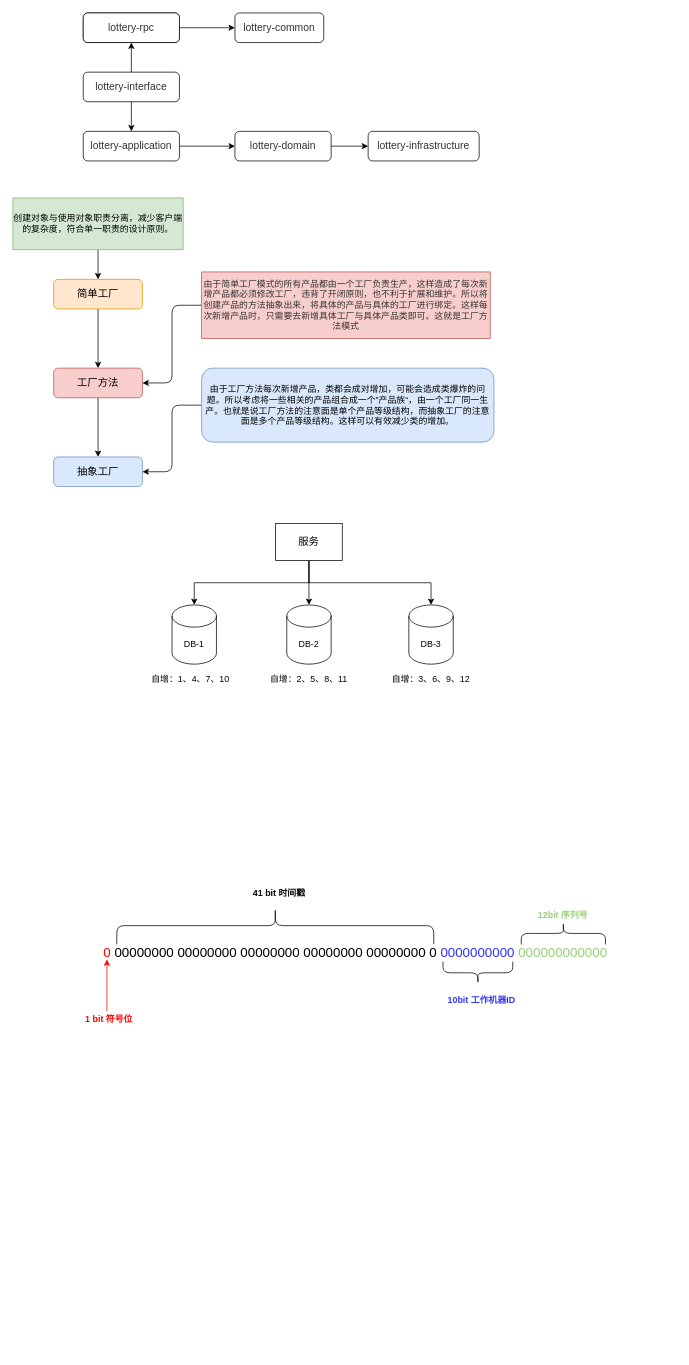
This is docs/笔记/项目笔记/Lottery/流程图/杂项.drawio from HappyBinbin/HappyBinbin.github.io, a draw.io file, before an edit. Source tidied: cells renumbered, new cells numbered last; positions are measured from the earlier drawing's top-left corner, leaving out a move shared by most shapes. Both pictures are drawn from the tidied source at 74%, with x=0, y=0 at pixel (13, 13).
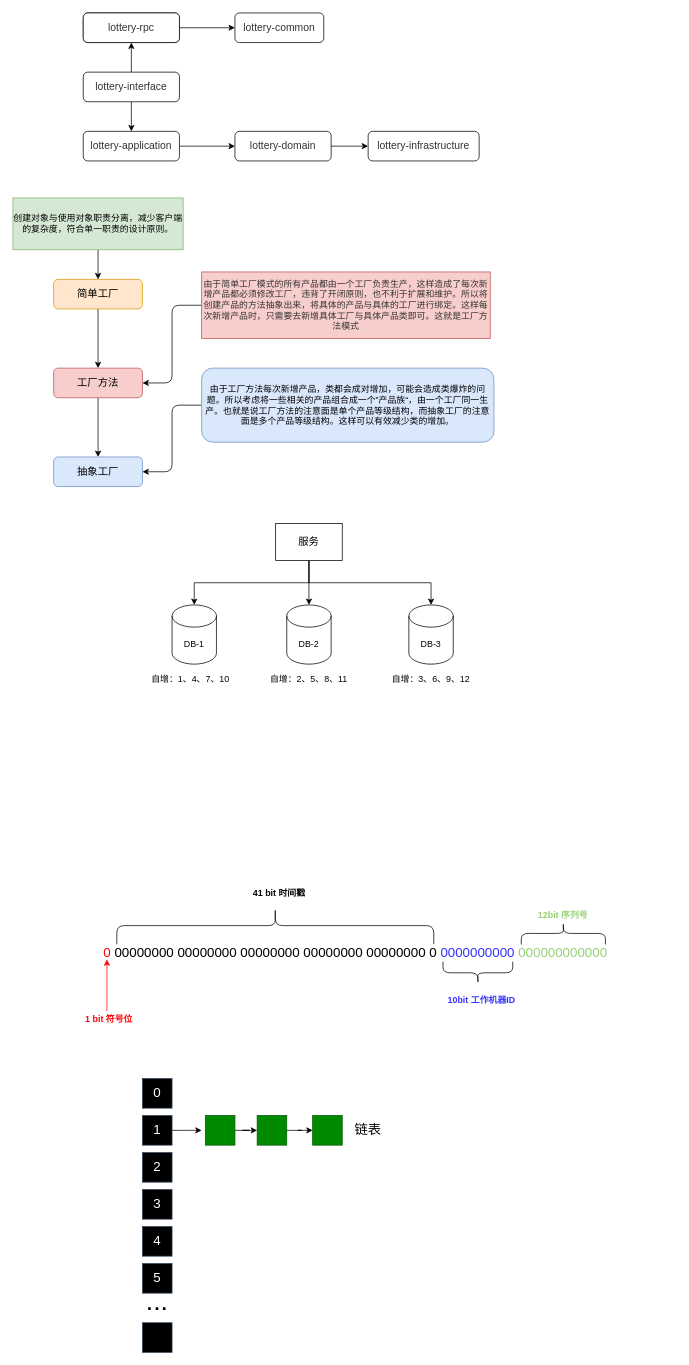
Above is the later version.

Diff of the diagram source:
```diff
@@
+    <mxCell id="45" style="edgeStyle=orthogonalEdgeStyle;rounded=0;jettySize=auto;html=1;" parent="1" edge="1" source="46">
+      <mxGeometry relative="1" as="geometry">
+        <mxPoint x="255" y="1510" as="targetPoint" />
+      </mxGeometry>
+    </mxCell>
+    <mxCell id="46" value="&lt;font style=&quot;font-size: 18px&quot;&gt;1&lt;/font&gt;" style="rounded=0;whiteSpace=wrap;html=1;strokeColor=#314354;fontColor=#ffffff;fillColor=#000000;" parent="1" vertex="1">
+      <mxGeometry x="175" y="1490" width="40" height="40" as="geometry" />
+    </mxCell>
+    <mxCell id="47" value="&lt;font style=&quot;font-size: 18px&quot;&gt;0&lt;/font&gt;" style="rounded=0;whiteSpace=wrap;html=1;strokeColor=#314354;fontColor=#ffffff;fillColor=#000000;" parent="1" vertex="1">
+      <mxGeometry x="175" y="1440" width="40" height="40" as="geometry" />
+    </mxCell>
+    <mxCell id="48" value="&lt;font style=&quot;font-size: 18px&quot;&gt;2&lt;/font&gt;" style="rounded=0;whiteSpace=wrap;html=1;strokeColor=#314354;fontColor=#ffffff;fillColor=#000000;" parent="1" vertex="1">
+      <mxGeometry x="175" y="1540" width="40" height="40" as="geometry" />
+    </mxCell>
+    <mxCell id="49" value="&lt;font style=&quot;font-size: 18px&quot;&gt;3&lt;/font&gt;" style="rounded=0;whiteSpace=wrap;html=1;strokeColor=#314354;fontColor=#ffffff;fillColor=#000000;" parent="1" vertex="1">
+      <mxGeometry x="175" y="1590" width="40" height="40" as="geometry" />
+    </mxCell>
+    <mxCell id="50" value="&lt;font style=&quot;font-size: 18px&quot;&gt;4&lt;/font&gt;" style="rounded=0;whiteSpace=wrap;html=1;strokeColor=#314354;fontColor=#ffffff;fillColor=#000000;" parent="1" vertex="1">
+      <mxGeometry x="175" y="1640" width="40" height="40" as="geometry" />
+    </mxCell>
+    <mxCell id="51" value="&lt;font style=&quot;font-size: 18px&quot;&gt;5&lt;/font&gt;" style="rounded=0;whiteSpace=wrap;html=1;strokeColor=#314354;fontColor=#ffffff;fillColor=#000000;" parent="1" vertex="1">
+      <mxGeometry x="175" y="1690" width="40" height="40" as="geometry" />
+    </mxCell>
+    <mxCell id="52" style="rounded=0;whiteSpace=wrap;html=1;strokeColor=#314354;fontColor=#ffffff;fillColor=#000000;" parent="1" vertex="1">
+      <mxGeometry x="175" y="1770" width="40" height="40" as="geometry" />
+    </mxCell>
+    <mxCell id="53" value="&lt;font style=&quot;font-size: 36px&quot;&gt;...&lt;/font&gt;" style="text;html=1;strokeColor=none;fillColor=none;align=center;verticalAlign=middle;whiteSpace=wrap;rounded=0;" parent="1" vertex="1">
+      <mxGeometry x="175" y="1730" width="40" height="20" as="geometry" />
+    </mxCell>
+    <mxCell id="54" style="edgeStyle=orthogonalEdgeStyle;rounded=0;jettySize=auto;html=1;entryX=0;entryY=0.5;entryDx=0;entryDy=0;" parent="1" edge="1" source="55" target="57">
+      <mxGeometry relative="1" as="geometry" />
+    </mxCell>
+    <mxCell id="55" style="rounded=0;whiteSpace=wrap;html=1;strokeColor=#005700;fontColor=#ffffff;fillColor=#008a00;" parent="1" vertex="1">
+      <mxGeometry x="260" y="1490" width="40" height="40" as="geometry" />
+    </mxCell>
+    <mxCell id="56" style="edgeStyle=orthogonalEdgeStyle;rounded=0;jettySize=auto;html=1;entryX=0;entryY=0.5;entryDx=0;entryDy=0;" parent="1" edge="1" source="57" target="58">
+      <mxGeometry relative="1" as="geometry" />
+    </mxCell>
+    <mxCell id="57" style="rounded=0;whiteSpace=wrap;html=1;strokeColor=#005700;fontColor=#ffffff;fillColor=#008a00;" parent="1" vertex="1">
+      <mxGeometry x="330" y="1490" width="40" height="40" as="geometry" />
+    </mxCell>
+    <mxCell id="58" style="rounded=0;whiteSpace=wrap;html=1;strokeColor=#005700;fontColor=#ffffff;fillColor=#008a00;" parent="1" vertex="1">
+      <mxGeometry x="405" y="1490" width="40" height="40" as="geometry" />
+    </mxCell>
+    <mxCell id="59" value="&lt;span style=&quot;font-size: 18px&quot;&gt;链表&lt;/span&gt;" style="text;html=1;strokeColor=none;fillColor=none;align=center;verticalAlign=middle;whiteSpace=wrap;rounded=0;" parent="1" vertex="1">
+      <mxGeometry x="460" y="1500" width="40" height="20" as="geometry" />
+    </mxCell>
```
